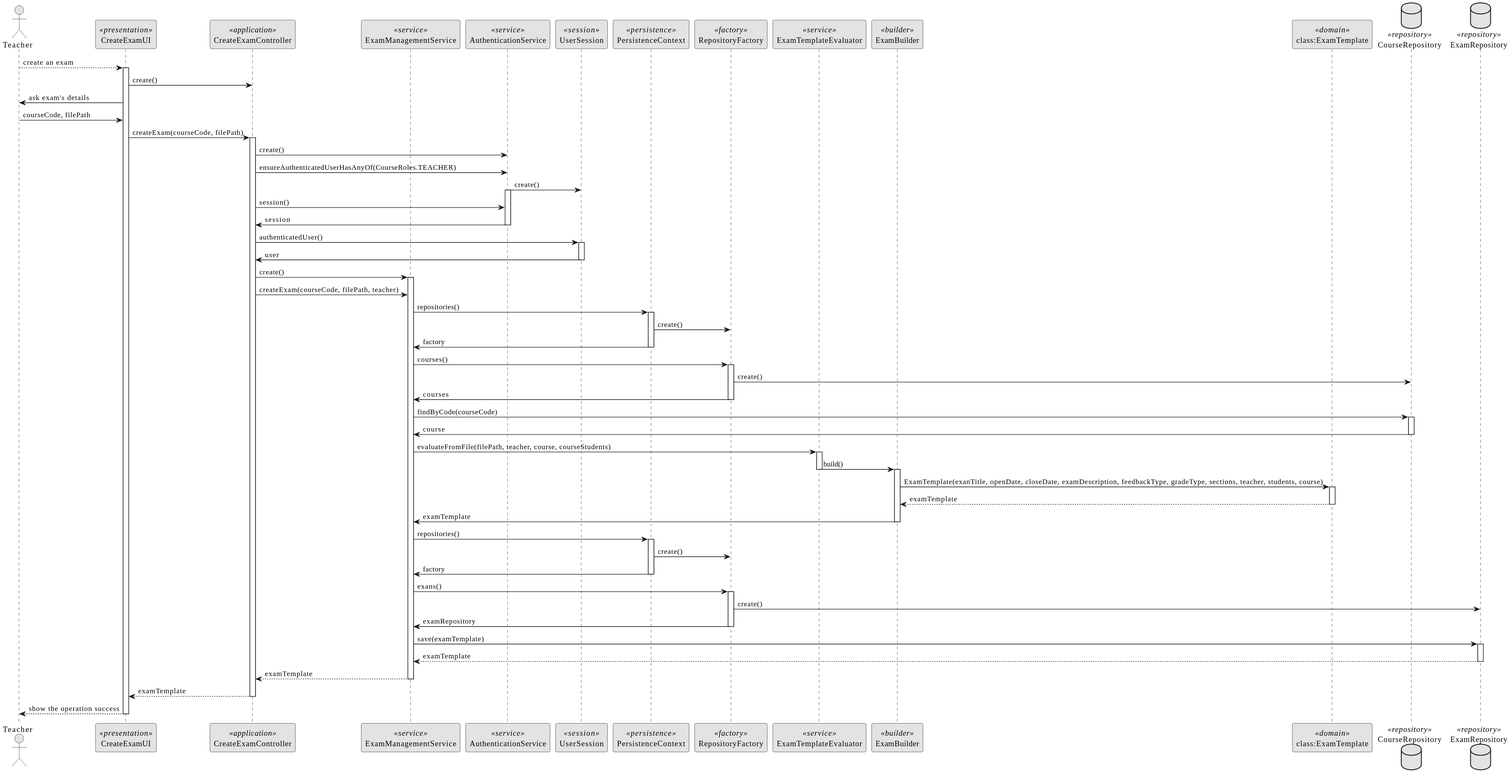
Above: docs/SPRINT B/US_2001/SD/CreateExam-SD.svg in brunacosta03/sem4pi_22_23 (PlantUML), before the change.
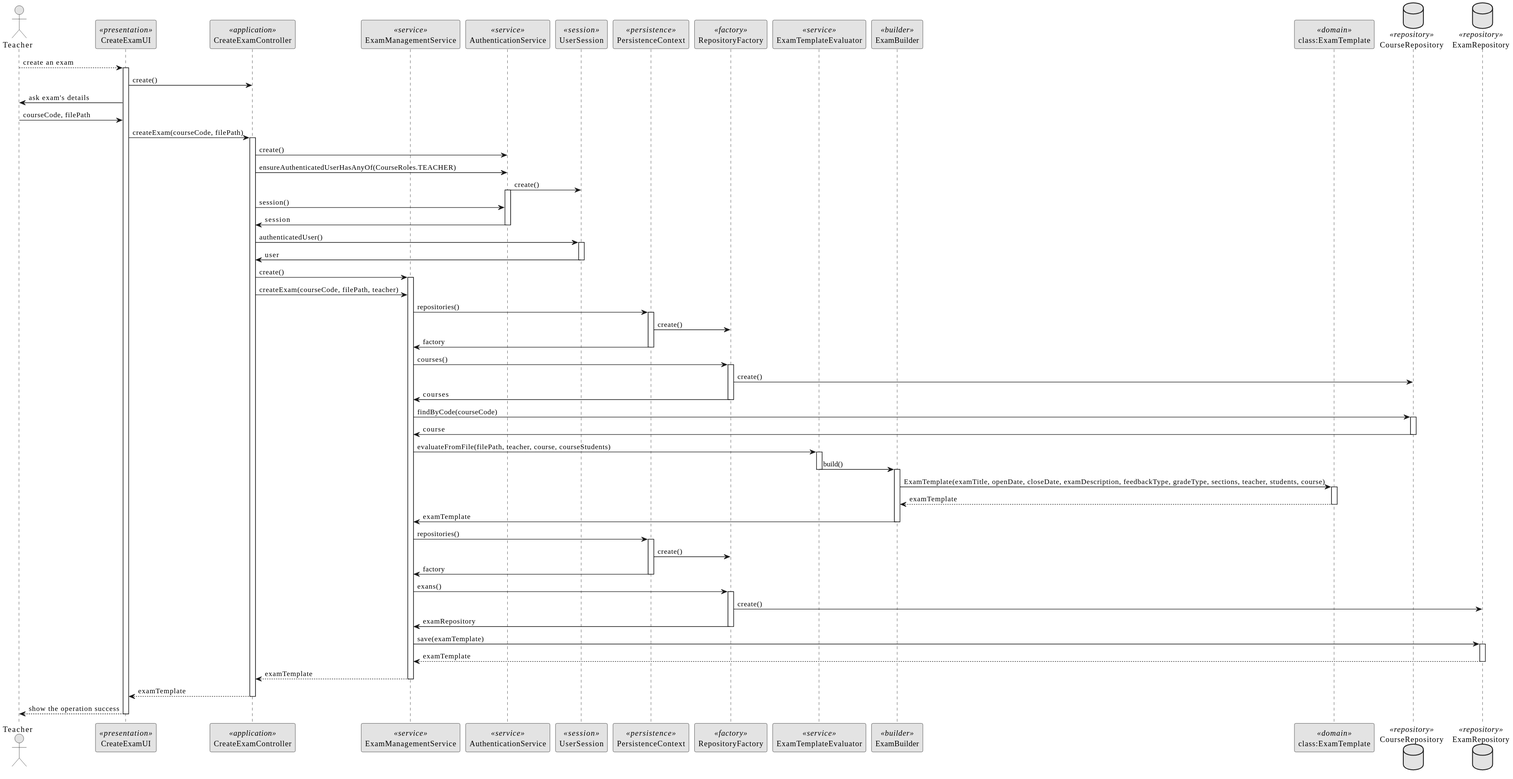
The same file after the commit.

Diff of the diagram source:
```diff
@@ -65,7 +65,7 @@
 Evaluator -> Builder : build()
 deactivate Evaluator
 activate Builder
-Builder -> Exam : ExamTemplate(exanTitle, openDate, closeDate, examDescription, feedbackType, gradeType, sections, teacher, students, course)
+Builder -> Exam : ExamTemplate(examTitle, openDate, closeDate, examDescription, feedbackType, gradeType, sections, teacher, students, course)
 activate Exam
 Exam --> Builder : examTemplate
 deactivate Exam
```
